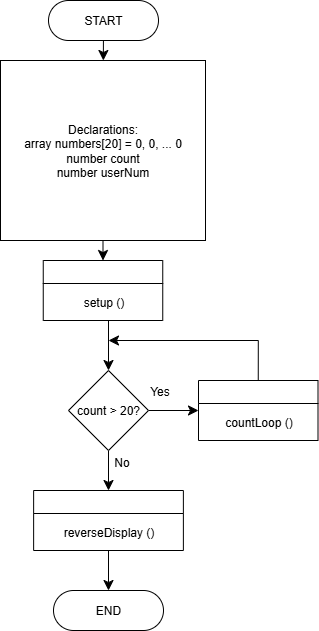
CBowles10/SDEV_120_FALL2025_CBOWLES keeps this draw.io diagram as Module 7 - Arrays Exercise 2 - Connor Bowles.drawio.png. Above is the earlier version. Source tidied: cells renumbered, new cells last; positions are measured from the earlier drawing's top-left corner, leaving out a move shared by most shapes.
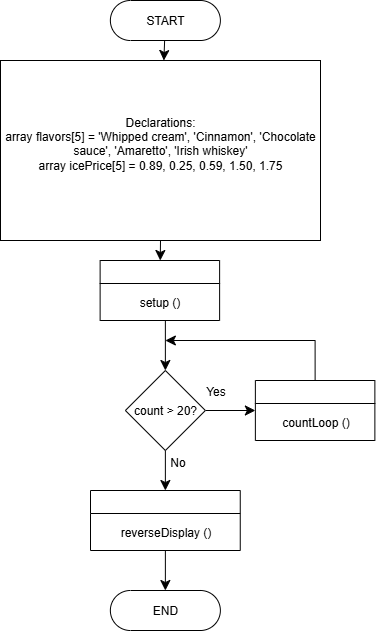
Later version of the same file.

What changed in the source:
```diff
@@ -6,13 +6,13 @@
       <mxGeometry relative="1" as="geometry" />
     </mxCell>
     <mxCell id="3" value="START" style="rounded=1;whiteSpace=wrap;html=1;arcSize=50;" parent="1" vertex="1">
-      <mxGeometry x="48" width="110" height="40" as="geometry" />
+      <mxGeometry x="53" width="110" height="40" as="geometry" />
     </mxCell>
     <mxCell id="4" style="edgeStyle=none;curved=1;rounded=0;jettySize=auto;html=1;exitX=0.5;exitY=1;exitDx=0;exitDy=0;fontSize=12;startSize=8;endSize=8;" parent="1" edge="1" source="5" target="15">
       <mxGeometry relative="1" as="geometry" />
     </mxCell>
-    <mxCell id="5" value="Declarations:&lt;div&gt;array numbers[20] = 0, 0, ... 0&lt;br&gt;number count&lt;br&gt;number userNum&lt;/div&gt;" style="rounded=0;whiteSpace=wrap;html=1;" parent="1" vertex="1">
-      <mxGeometry y="60" width="205" height="180" as="geometry" />
+    <mxCell id="5" value="Declarations:&lt;div&gt;array flavors[5] = 'Whipped cream', 'Cinnamon', 'Chocolate sauce', 'Amaretto', 'Irish whiskey'&lt;br&gt;array icePrice[5] = 0.89, 0.25, 0.59, 1.50, 1.75&lt;br&gt;&lt;br&gt;&lt;/div&gt;" style="rounded=0;whiteSpace=wrap;html=1;" parent="1" vertex="1">
+      <mxGeometry x="-56.9" y="60" width="320" height="180" as="geometry" />
     </mxCell>
     <mxCell id="6" style="edgeStyle=none;curved=1;rounded=0;jettySize=auto;html=1;fontSize=12;startSize=8;endSize=8;entryX=0;entryY=0.5;entryDx=0;entryDy=0;" parent="1" edge="1" source="10" target="12">
       <mxGeometry relative="1" as="geometry" />
@@ -53,7 +53,7 @@
       </mxGeometry>
     </mxCell>
     <mxCell id="15" style="swimlane;whiteSpace=wrap;html=1;" parent="1" vertex="1">
-      <mxGeometry x="42.8" y="260" width="119.5" height="60" as="geometry" />
+      <mxGeometry x="42.7" y="260" width="119.5" height="60" as="geometry" />
     </mxCell>
     <mxCell id="16" value="&lt;font style=&quot;font-size: 12px;&quot;&gt;setup ()&lt;/font&gt;" style="text;html=1;align=center;verticalAlign=middle;strokeColor=none;fillColor=none;fontSize=16;" parent="15" vertex="1">
       <mxGeometry x="29.8" y="25" width="60" height="30" as="geometry" />
```
